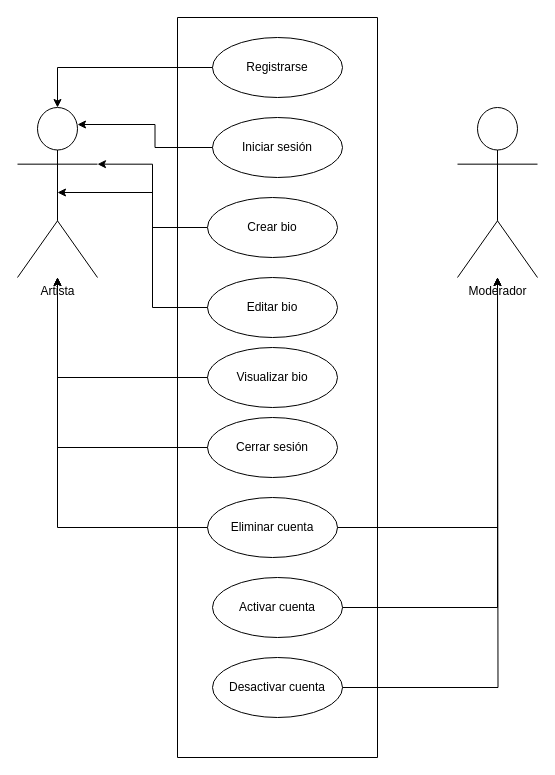
luismtapia/Artline-API keeps this draw.io diagram as Untitled Diagram.drawio. Above is the earlier version. Source tidied: cells renumbered, new cells numbered last; positions are measured from the earlier drawing's top-left corner, leaving out a move shared by most shapes. Both pictures are drawn from the tidied source at 100%, with x=0, y=0 at pixel (17, 17).
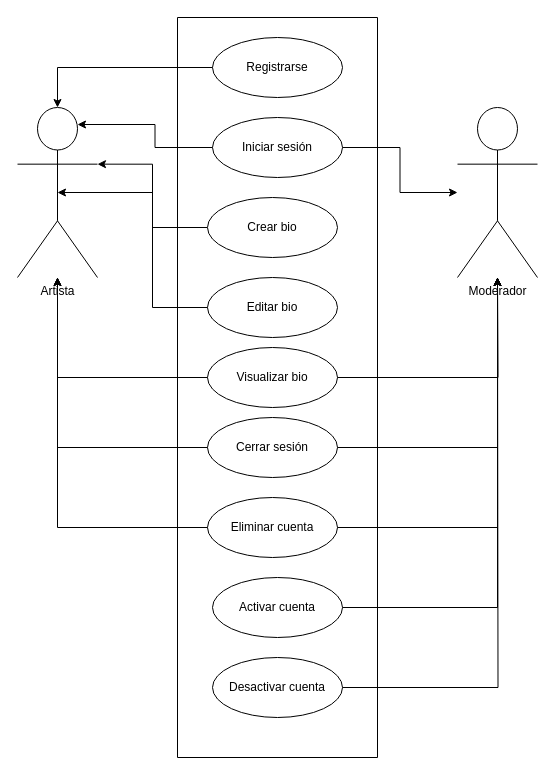
Above is the later version.

Unchanged cells that the change refers to:
```xml
<mxCell id="5" value="Iniciar sesión" style="ellipse;whiteSpace=wrap;html=1;" parent="3" vertex="1">
  <mxGeometry x="35" y="100" width="130" height="60" as="geometry" />
</mxCell>
<mxCell id="7" value="Cerrar sesión" style="ellipse;whiteSpace=wrap;html=1;" parent="3" vertex="1">
  <mxGeometry x="30" y="400" width="130" height="60" as="geometry" />
</mxCell>
<mxCell id="9" value="Visualizar bio" style="ellipse;whiteSpace=wrap;html=1;" parent="3" vertex="1">
  <mxGeometry x="30" y="330" width="130" height="60" as="geometry" />
</mxCell>
<mxCell id="12" value="Moderador" style="shape=umlActor;verticalLabelPosition=bottom;verticalAlign=top;html=1;outlineConnect=0;" parent="1" vertex="1">
  <mxGeometry x="440" y="90" width="80" height="170" as="geometry" />
</mxCell>
```

What changed in the source:
```diff
@@
+    <mxCell id="24" style="edgeStyle=orthogonalEdgeStyle;rounded=0;jettySize=auto;html=1;exitX=1;exitY=0.5;exitDx=0;exitDy=0;" parent="1" edge="1" source="9">
+      <mxGeometry relative="1" as="geometry">
+        <mxPoint x="480" y="260" as="targetPoint" />
+      </mxGeometry>
+    </mxCell>
+    <mxCell id="25" style="edgeStyle=orthogonalEdgeStyle;rounded=0;jettySize=auto;html=1;exitX=1;exitY=0.5;exitDx=0;exitDy=0;" parent="1" edge="1" source="5" target="12">
+      <mxGeometry relative="1" as="geometry" />
+    </mxCell>
+    <mxCell id="26" style="edgeStyle=orthogonalEdgeStyle;rounded=0;jettySize=auto;html=1;exitX=1;exitY=0.5;exitDx=0;exitDy=0;" parent="1" edge="1" source="7" target="12">
+      <mxGeometry relative="1" as="geometry" />
+    </mxCell>
```
